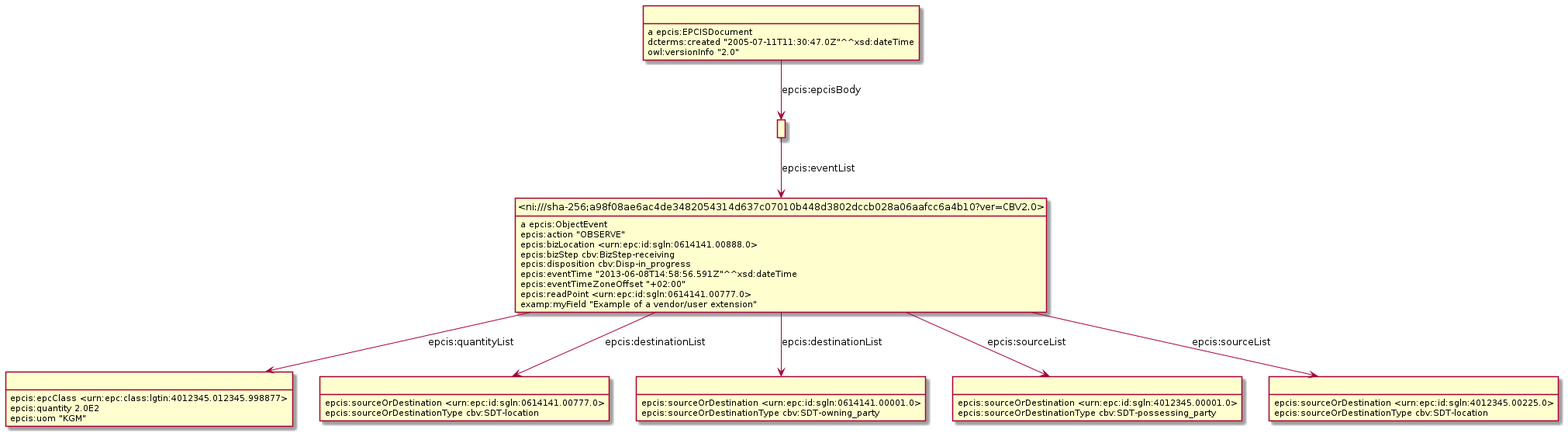
This is Diagrams/Example_9.6.2-ObjectEvent.png from gs1/EPCIS, a PlantUML export, as it was before one commit.
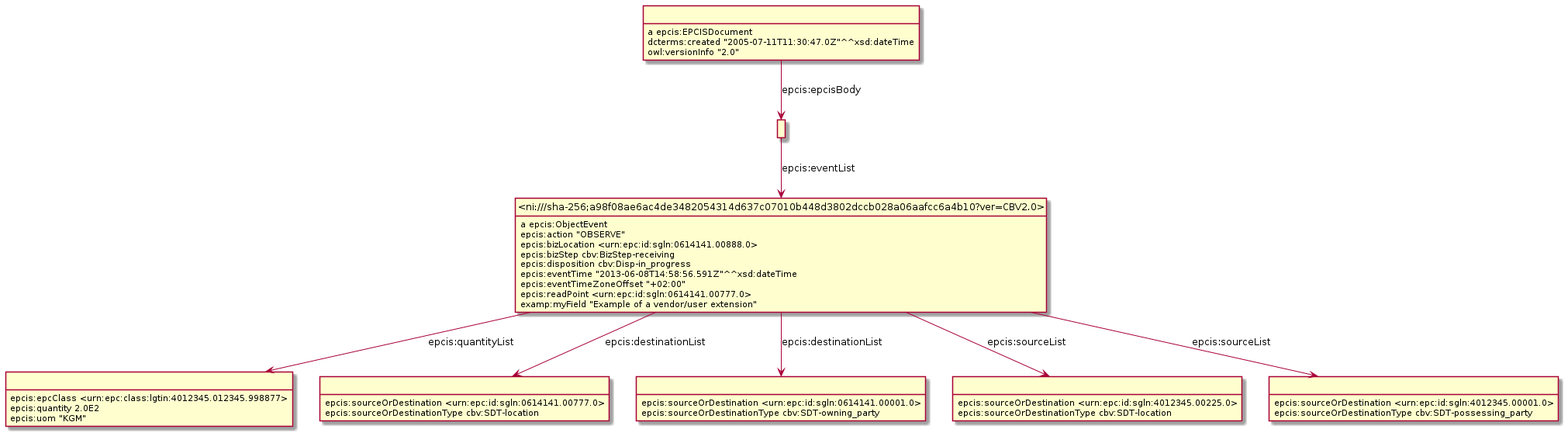
Above is the later version.

Diff of the diagram source:
```diff
@@ -3,29 +3,18 @@
 hide empty attributes
 hide circle
 skinparam classAttributeIconSize 0
-class _r1631887020r2_ as " "
-_r1631887020r2_ : epcis:epcClass <urn:epc:class:lgtin:4012345.012345.998877>
-_r1631887020r2_ : epcis:quantity 2.0E2
-_r1631887020r2_ : epcis:uom "KGM"
-class _r1631887020r0_ as " "
-_r1631887020r0_ : epcis:sourceOrDestination <urn:epc:id:sgln:0614141.00777.0>
-_r1631887020r0_ : epcis:sourceOrDestinationType cbv:SDT-location
-class _r1631887020r5_ as " "
-_r1631887020r5_ : a epcis:EPCISDocument
-class _r1631887020r6_ as " "
-_r1631887020r5_ -down-> _r1631887020r6_ : epcis:epcisBody
-_r1631887020r5_ : dcterms:created "2005-07-11T11:30:47.0Z"^^xsd:dateTime
-_r1631887020r5_ : owl:versionInfo "2.0"
 class _ni_sha_256_a98f08ae6ac4de3482054314d637c07010b448d3802dccb028a06aafcc6a4b10_ver_CBV2_0_ as "<ni:///sha-256;a98f08ae6ac4de3482054314d637c07010b448d3802dccb028a06aafcc6a4b10?ver=CBV2.0>"
 _ni_sha_256_a98f08ae6ac4de3482054314d637c07010b448d3802dccb028a06aafcc6a4b10_ver_CBV2_0_ : a epcis:ObjectEvent
-_ni_sha_256_a98f08ae6ac4de3482054314d637c07010b448d3802dccb028a06aafcc6a4b10_ver_CBV2_0_ -down-> _r1631887020r0_ : epcis:destinationList
-_ni_sha_256_a98f08ae6ac4de3482054314d637c07010b448d3802dccb028a06aafcc6a4b10_ver_CBV2_0_ -down-> _r1631887020r2_ : epcis:quantityList
-class _r1631887020r1_ as " "
-_ni_sha_256_a98f08ae6ac4de3482054314d637c07010b448d3802dccb028a06aafcc6a4b10_ver_CBV2_0_ -down-> _r1631887020r1_ : epcis:destinationList
-class _r1631887020r4_ as " "
-_ni_sha_256_a98f08ae6ac4de3482054314d637c07010b448d3802dccb028a06aafcc6a4b10_ver_CBV2_0_ -down-> _r1631887020r4_ : epcis:sourceList
-class _r1631887020r3_ as " "
-_ni_sha_256_a98f08ae6ac4de3482054314d637c07010b448d3802dccb028a06aafcc6a4b10_ver_CBV2_0_ -down-> _r1631887020r3_ : epcis:sourceList
+class _r1631889688r2_ as " "
+_ni_sha_256_a98f08ae6ac4de3482054314d637c07010b448d3802dccb028a06aafcc6a4b10_ver_CBV2_0_ -down-> _r1631889688r2_ : epcis:quantityList
+class _r1631889688r0_ as " "
+_ni_sha_256_a98f08ae6ac4de3482054314d637c07010b448d3802dccb028a06aafcc6a4b10_ver_CBV2_0_ -down-> _r1631889688r0_ : epcis:destinationList
+class _r1631889688r1_ as " "
+_ni_sha_256_a98f08ae6ac4de3482054314d637c07010b448d3802dccb028a06aafcc6a4b10_ver_CBV2_0_ -down-> _r1631889688r1_ : epcis:destinationList
+class _r1631889688r3_ as " "
+_ni_sha_256_a98f08ae6ac4de3482054314d637c07010b448d3802dccb028a06aafcc6a4b10_ver_CBV2_0_ -down-> _r1631889688r3_ : epcis:sourceList
+class _r1631889688r4_ as " "
+_ni_sha_256_a98f08ae6ac4de3482054314d637c07010b448d3802dccb028a06aafcc6a4b10_ver_CBV2_0_ -down-> _r1631889688r4_ : epcis:sourceList
 _ni_sha_256_a98f08ae6ac4de3482054314d637c07010b448d3802dccb028a06aafcc6a4b10_ver_CBV2_0_ : epcis:action "OBSERVE"
 _ni_sha_256_a98f08ae6ac4de3482054314d637c07010b448d3802dccb028a06aafcc6a4b10_ver_CBV2_0_ : epcis:bizLocation <urn:epc:id:sgln:0614141.00888.0>
 _ni_sha_256_a98f08ae6ac4de3482054314d637c07010b448d3802dccb028a06aafcc6a4b10_ver_CBV2_0_ : epcis:bizStep cbv:BizStep-receiving
@@ -34,11 +23,22 @@
 _ni_sha_256_a98f08ae6ac4de3482054314d637c07010b448d3802dccb028a06aafcc6a4b10_ver_CBV2_0_ : epcis:eventTimeZoneOffset "+02:00"
 _ni_sha_256_a98f08ae6ac4de3482054314d637c07010b448d3802dccb028a06aafcc6a4b10_ver_CBV2_0_ : epcis:readPoint <urn:epc:id:sgln:0614141.00777.0>
 _ni_sha_256_a98f08ae6ac4de3482054314d637c07010b448d3802dccb028a06aafcc6a4b10_ver_CBV2_0_ : examp:myField "Example of a vendor/user extension"
-_r1631887020r1_ : epcis:sourceOrDestination <urn:epc:id:sgln:0614141.00001.0>
-_r1631887020r1_ : epcis:sourceOrDestinationType cbv:SDT-owning_party
-_r1631887020r6_ -down-> _ni_sha_256_a98f08ae6ac4de3482054314d637c07010b448d3802dccb028a06aafcc6a4b10_ver_CBV2_0_ : epcis:eventList
-_r1631887020r3_ : epcis:sourceOrDestination <urn:epc:id:sgln:4012345.00225.0>
-_r1631887020r3_ : epcis:sourceOrDestinationType cbv:SDT-location
-_r1631887020r4_ : epcis:sourceOrDestination <urn:epc:id:sgln:4012345.00001.0>
-_r1631887020r4_ : epcis:sourceOrDestinationType cbv:SDT-possessing_party
+class _r1631889688r6_ as " "
+_r1631889688r6_ -down-> _ni_sha_256_a98f08ae6ac4de3482054314d637c07010b448d3802dccb028a06aafcc6a4b10_ver_CBV2_0_ : epcis:eventList
+_r1631889688r2_ : epcis:epcClass <urn:epc:class:lgtin:4012345.012345.998877>
+_r1631889688r2_ : epcis:quantity 2.0E2
+_r1631889688r2_ : epcis:uom "KGM"
+class _r1631889688r5_ as " "
+_r1631889688r5_ : a epcis:EPCISDocument
+_r1631889688r5_ -down-> _r1631889688r6_ : epcis:epcisBody
+_r1631889688r5_ : dcterms:created "2005-07-11T11:30:47.0Z"^^xsd:dateTime
+_r1631889688r5_ : owl:versionInfo "2.0"
+_r1631889688r4_ : epcis:sourceOrDestination <urn:epc:id:sgln:4012345.00001.0>
+_r1631889688r4_ : epcis:sourceOrDestinationType cbv:SDT-possessing_party
+_r1631889688r3_ : epcis:sourceOrDestination <urn:epc:id:sgln:4012345.00225.0>
+_r1631889688r3_ : epcis:sourceOrDestinationType cbv:SDT-location
+_r1631889688r1_ : epcis:sourceOrDestination <urn:epc:id:sgln:0614141.00001.0>
+_r1631889688r1_ : epcis:sourceOrDestinationType cbv:SDT-owning_party
+_r1631889688r0_ : epcis:sourceOrDestination <urn:epc:id:sgln:0614141.00777.0>
+_r1631889688r0_ : epcis:sourceOrDestinationType cbv:SDT-location
 @enduml
```
